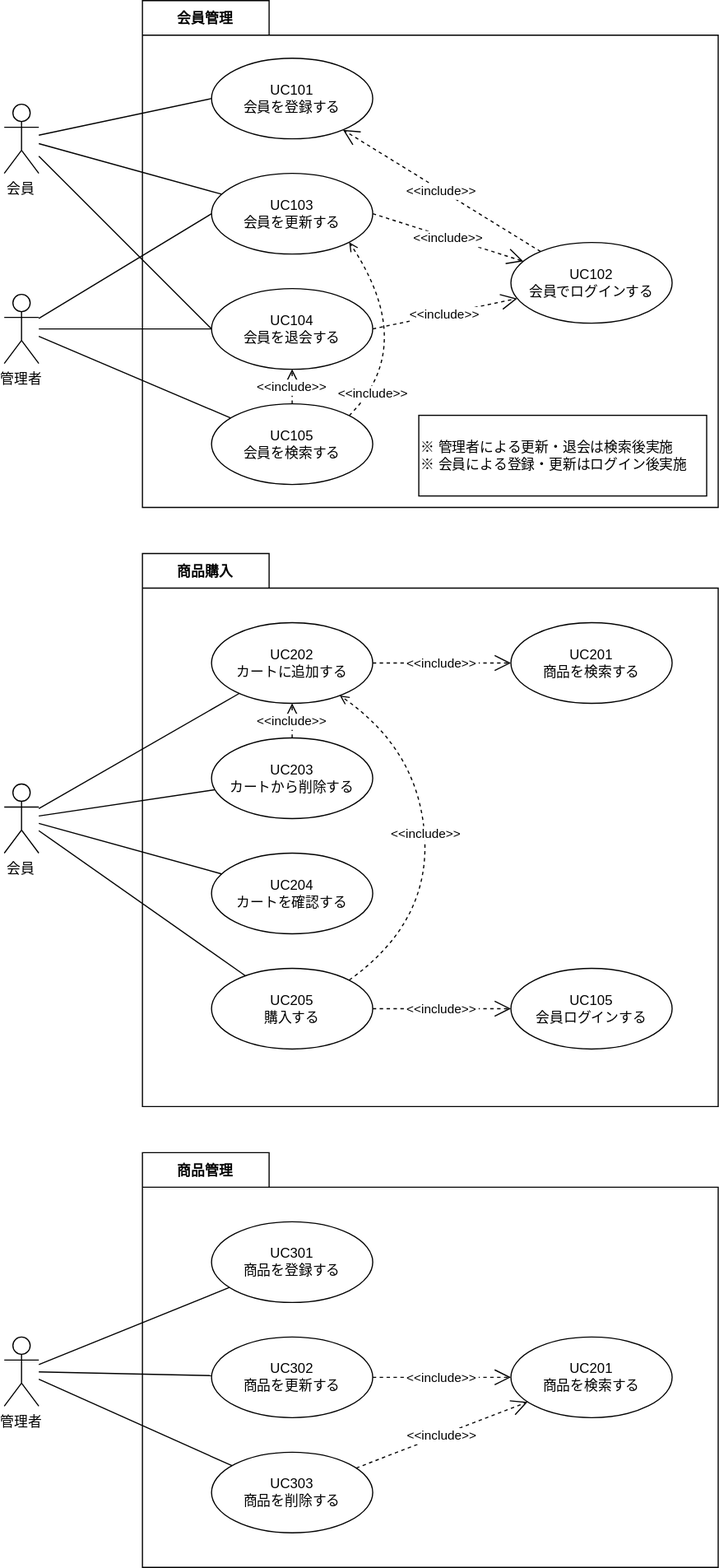
Before: documents/10_要件定義/image/usecase.drawio.svg, a diagram exported from draw.io (la-java-silicon-2021/shopping-doc). Source tidied: cells renumbered, new cells last; positions are measured from the earlier drawing's top-left corner, leaving out a move shared by most shapes.
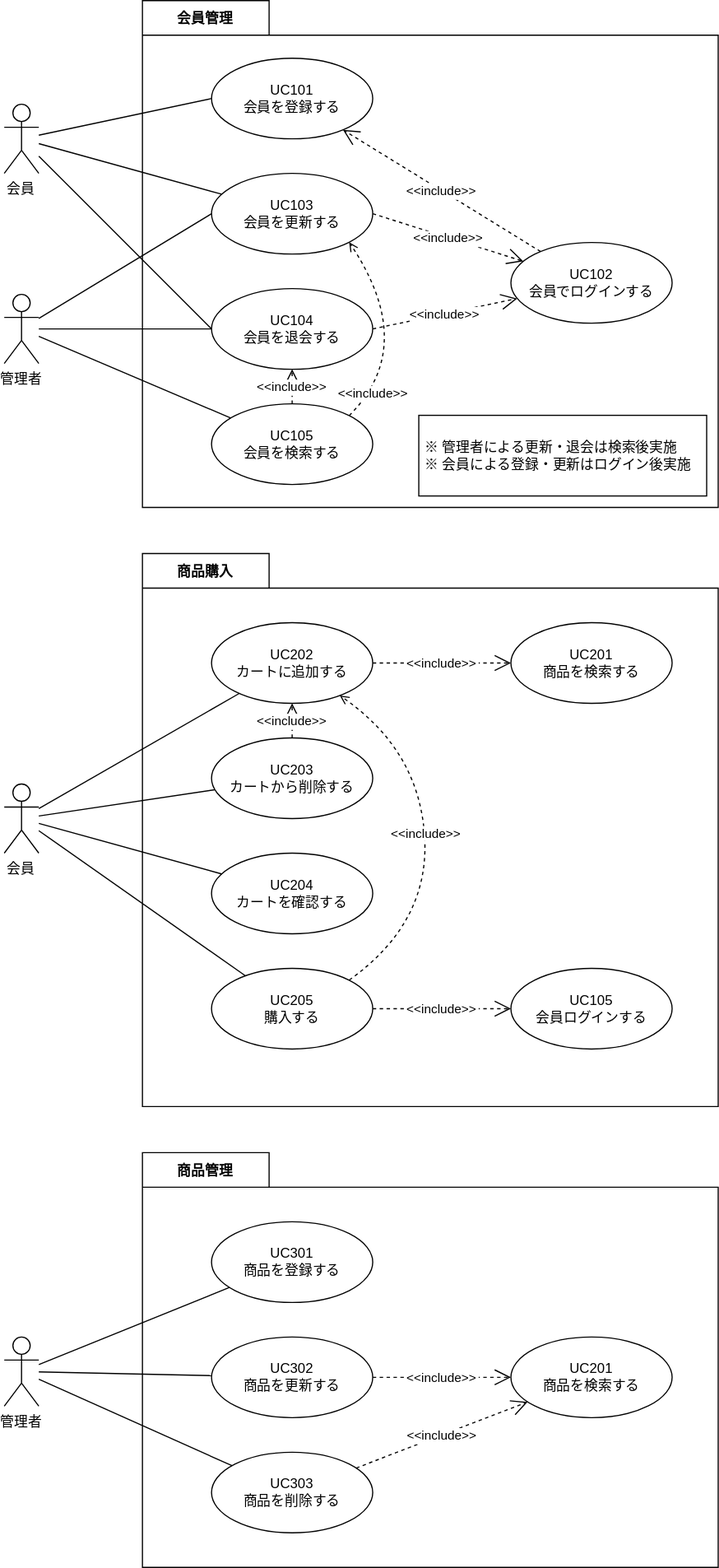
The same diagram one commit later.

Commit message:
usecase.drawio.svg を更新します

The edit, as a diff of the source:
```diff
@@ -161,7 +161,7 @@
         <mxPoint x="250" y="350" as="sourcePoint" />
       </mxGeometry>
     </mxCell>
-    <mxCell id="50" value="※ 管理者による更新・退会は検索後実施&lt;br&gt;※ 会員による登録・更新はログイン後実施" style="rounded=0;whiteSpace=wrap;html=1;align=left;" parent="1" vertex="1">
+    <mxCell id="50" value="&amp;nbsp;※ 管理者による更新・退会は検索後実施&lt;br&gt;&amp;nbsp;※ 会員による登録・更新はログイン後実施" style="rounded=0;whiteSpace=wrap;html=1;align=left;" parent="1" vertex="1">
       <mxGeometry x="360" y="360" width="250" height="70" as="geometry" />
     </mxCell>
   </root>
```
